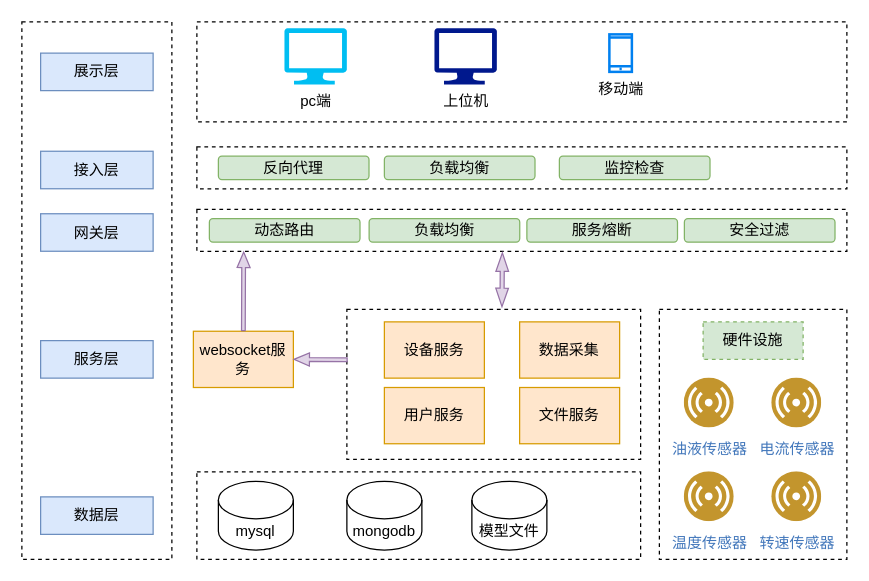
This is 流程图/平台/国机架构.drawio from zhuchunfeng/diagram1, a draw.io file, before an edit. Source tidied: cells renumbered, new cells numbered last; positions are measured from the earlier drawing's top-left corner, leaving out a move shared by most shapes. Both pictures are drawn from the tidied source at 125%, with x=0, y=0 at pixel (21, 21). Pictures stored in the file or linked from it are replaced by grey dashed boxes.
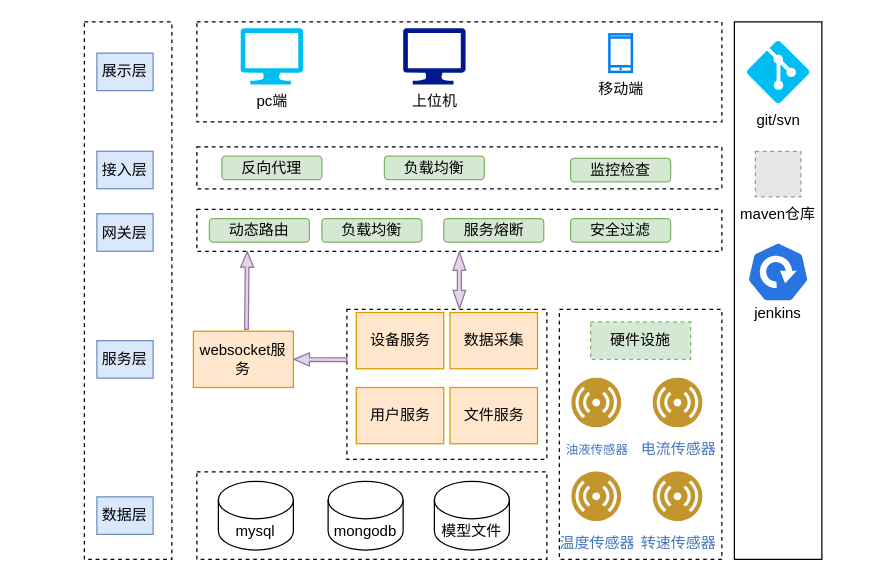
After the change.

The change refers to these unchanged cells:
```xml
<mxCell id="26" value="websocket服务" style="rounded=0;whiteSpace=wrap;html=1;fillColor=#ffe6cc;strokeColor=#d79b00;" parent="1" vertex="1">
  <mxGeometry x="137.2" y="247.5" width="80" height="45" as="geometry" />
</mxCell>
```

The edit, as a diff of the source:
```diff
@@
     <mxCell id="2" style="rounded=0;whiteSpace=wrap;html=1;dashed=1;" parent="1" vertex="1">
-      <mxGeometry x="260" y="230" width="235" height="120" as="geometry" />
+      <mxGeometry x="260" y="230" width="160" height="120" as="geometry" />
     </mxCell>
     <mxCell id="3" style="rounded=0;whiteSpace=wrap;html=1;dashed=1;" parent="1" vertex="1">
-      <mxGeometry x="140" width="520" height="80" as="geometry" />
+      <mxGeometry x="140" width="420" height="80" as="geometry" />
     </mxCell>
     <mxCell id="4" style="rounded=0;whiteSpace=wrap;html=1;dashed=1;" parent="1" vertex="1">
-      <mxGeometry x="140" y="100" width="520" height="33.5" as="geometry" />
+      <mxGeometry x="140" y="100" width="420" height="33.5" as="geometry" />
     </mxCell>
     <mxCell id="5" value="设备服务" style="rounded=0;whiteSpace=wrap;html=1;fillColor=#ffe6cc;strokeColor=#d79b00;" parent="1" vertex="1">
-      <mxGeometry x="290" y="240" width="80" height="45" as="geometry" />
+      <mxGeometry x="267.5" y="232.5" width="70" height="45" as="geometry" />
     </mxCell>
     <mxCell id="6" style="rounded=0;whiteSpace=wrap;html=1;dashed=1;" parent="1" vertex="1">
-      <mxGeometry width="120" height="430" as="geometry" />
+      <mxGeometry x="50" width="70" height="430" as="geometry" />
     </mxCell>
     <mxCell id="7" value="展示层" style="rounded=0;whiteSpace=wrap;html=1;fillColor=#dae8fc;strokeColor=#6c8ebf;" parent="1" vertex="1">
-      <mxGeometry x="15" y="25" width="90" height="30" as="geometry" />
+      <mxGeometry x="60" y="25" width="45" height="30" as="geometry" />
     </mxCell>
     <mxCell id="8" value="接入层" style="rounded=0;whiteSpace=wrap;html=1;fillColor=#dae8fc;strokeColor=#6c8ebf;" parent="1" vertex="1">
-      <mxGeometry x="15" y="103.5" width="90" height="30" as="geometry" />
+      <mxGeometry x="60" y="103.5" width="45" height="30" as="geometry" />
     </mxCell>
     <mxCell id="9" value="网关层" style="rounded=0;whiteSpace=wrap;html=1;fillColor=#dae8fc;strokeColor=#6c8ebf;" parent="1" vertex="1">
-      <mxGeometry x="15" y="153.5" width="90" height="30" as="geometry" />
+      <mxGeometry x="60" y="153.5" width="45" height="30" as="geometry" />
     </mxCell>
     <mxCell id="10" value="pc端" style="verticalLabelPosition=bottom;html=1;verticalAlign=top;align=center;strokeColor=none;fillColor=#00BEF2;shape=mxgraph.azure.computer;" parent="1" vertex="1">
-      <mxGeometry x="210" y="5" width="50" height="45" as="geometry" />
+      <mxGeometry x="175" y="5" width="50" height="45" as="geometry" />
     </mxCell>
     <mxCell id="11" value="上位机" style="sketch=0;shadow=0;dashed=0;html=1;strokeColor=none;labelPosition=center;verticalLabelPosition=bottom;verticalAlign=top;align=center;fillColor=#00188D;shape=mxgraph.azure.computer;" parent="1" vertex="1">
-      <mxGeometry x="330" y="5" width="50" height="45" as="geometry" />
+      <mxGeometry x="305" y="5" width="50" height="45" as="geometry" />
     </mxCell>
@@
     <mxCell id="13" style="rounded=0;whiteSpace=wrap;html=1;dashed=1;" parent="1" vertex="1">
-      <mxGeometry x="510" y="230" width="150" height="200" as="geometry" />
+      <mxGeometry x="430" y="230" width="130" height="200" as="geometry" />
     </mxCell>
     <mxCell id="14" style="rounded=0;whiteSpace=wrap;html=1;dashed=1;" parent="1" vertex="1">
-      <mxGeometry x="140" y="360" width="355" height="70" as="geometry" />
+      <mxGeometry x="140" y="360" width="280" height="70" as="geometry" />
     </mxCell>
     <mxCell id="15" value="反向代理" style="rounded=1;whiteSpace=wrap;html=1;fillColor=#d5e8d4;strokeColor=#82b366;" parent="1" vertex="1">
-      <mxGeometry x="157.2" y="107.4" width="120.5" height="18.8" as="geometry" />
+      <mxGeometry x="160" y="107.4" width="80" height="18.8" as="geometry" />
     </mxCell>
     <mxCell id="16" value="服务层" style="rounded=0;whiteSpace=wrap;html=1;fillColor=#dae8fc;strokeColor=#6c8ebf;" parent="1" vertex="1">
-      <mxGeometry x="15" y="255" width="90" height="30" as="geometry" />
+      <mxGeometry x="60" y="255" width="45" height="30" as="geometry" />
     </mxCell>
     <mxCell id="17" value="数据层" style="rounded=0;whiteSpace=wrap;html=1;fillColor=#dae8fc;strokeColor=#6c8ebf;" parent="1" vertex="1">
-      <mxGeometry x="15" y="380" width="90" height="30" as="geometry" />
+      <mxGeometry x="60" y="380" width="45" height="30" as="geometry" />
     </mxCell>
     <mxCell id="18" value="负载均衡" style="rounded=1;whiteSpace=wrap;html=1;fillColor=#d5e8d4;strokeColor=#82b366;" parent="1" vertex="1">
-      <mxGeometry x="290" y="107.4" width="120.5" height="18.8" as="geometry" />
+      <mxGeometry x="290" y="107.4" width="80" height="18.8" as="geometry" />
     </mxCell>
     <mxCell id="19" value="监控检查" style="rounded=1;whiteSpace=wrap;html=1;fillColor=#d5e8d4;strokeColor=#82b366;" parent="1" vertex="1">
-      <mxGeometry x="430" y="107.4" width="120.5" height="18.8" as="geometry" />
+      <mxGeometry x="439" y="109.1" width="80" height="18.8" as="geometry" />
     </mxCell>
     <mxCell id="20" style="rounded=0;whiteSpace=wrap;html=1;dashed=1;" parent="1" vertex="1">
-      <mxGeometry x="140" y="150" width="520" height="33.5" as="geometry" />
+      <mxGeometry x="140" y="150" width="420" height="33.5" as="geometry" />
     </mxCell>
     <mxCell id="21" value="动态路由" style="rounded=1;whiteSpace=wrap;html=1;fillColor=#d5e8d4;strokeColor=#82b366;" parent="1" vertex="1">
-      <mxGeometry x="150" y="157.4" width="120.5" height="18.8" as="geometry" />
+      <mxGeometry x="150" y="157.4" width="80" height="18.8" as="geometry" />
     </mxCell>
     <mxCell id="22" value="负载均衡" style="rounded=1;whiteSpace=wrap;html=1;fillColor=#d5e8d4;strokeColor=#82b366;" parent="1" vertex="1">
-      <mxGeometry x="277.8" y="157.4" width="120.5" height="18.8" as="geometry" />
+      <mxGeometry x="240" y="157.4" width="80" height="18.8" as="geometry" />
     </mxCell>
     <mxCell id="23" value="安全过滤" style="rounded=1;whiteSpace=wrap;html=1;fillColor=#d5e8d4;strokeColor=#82b366;" parent="1" vertex="1">
-      <mxGeometry x="530" y="157.4" width="120.5" height="18.8" as="geometry" />
+      <mxGeometry x="439" y="157.4" width="80" height="18.8" as="geometry" />
     </mxCell>
     <mxCell id="24" value="服务熔断" style="rounded=1;whiteSpace=wrap;html=1;fillColor=#d5e8d4;strokeColor=#82b366;" parent="1" vertex="1">
-      <mxGeometry x="404" y="157.4" width="120.5" height="18.8" as="geometry" />
+      <mxGeometry x="337.5" y="157.4" width="80" height="18.8" as="geometry" />
     </mxCell>
     <mxCell id="25" value="用户服务" style="rounded=0;whiteSpace=wrap;html=1;fillColor=#ffe6cc;strokeColor=#d79b00;" parent="1" vertex="1">
-      <mxGeometry x="290" y="292.5" width="80" height="45" as="geometry" />
+      <mxGeometry x="267.5" y="292.5" width="70" height="45" as="geometry" />
     </mxCell>
@@
     <mxCell id="27" value="文件服务" style="rounded=0;whiteSpace=wrap;html=1;fillColor=#ffe6cc;strokeColor=#d79b00;" parent="1" vertex="1">
-      <mxGeometry x="398.2" y="292.5" width="80" height="45" as="geometry" />
+      <mxGeometry x="342.5" y="292.5" width="70" height="45" as="geometry" />
     </mxCell>
     <mxCell id="28" value="数据采集" style="rounded=0;whiteSpace=wrap;html=1;fillColor=#ffe6cc;strokeColor=#d79b00;" parent="1" vertex="1">
-      <mxGeometry x="398.2" y="240" width="80" height="45" as="geometry" />
+      <mxGeometry x="342.5" y="232.5" width="70" height="45" as="geometry" />
     </mxCell>
     <mxCell id="29" value="mongodb" style="shape=cylinder3;whiteSpace=wrap;html=1;boundedLbl=1;backgroundOutline=1;size=15;" parent="1" vertex="1">
-      <mxGeometry x="260" y="367.5" width="60" height="55" as="geometry" />
+      <mxGeometry x="245" y="367.5" width="60" height="55" as="geometry" />
     </mxCell>
@@
     <mxCell id="31" value="模型文件" style="shape=cylinder3;whiteSpace=wrap;html=1;boundedLbl=1;backgroundOutline=1;size=15;" parent="1" vertex="1">
-      <mxGeometry x="360" y="367.5" width="60" height="55" as="geometry" />
+      <mxGeometry x="330" y="367.5" width="60" height="55" as="geometry" />
     </mxCell>
-    <mxCell id="32" value="油液传感器" style="perimeter=ellipsePerimeter;html=1;align=center;shadow=0;dashed=0;fontColor=#4277BB;labelBackgroundColor=#ffffff;fontSize=12;spacingTop=3;image;image=img/lib/ibm/users/sensor.svg;" parent="1" vertex="1">
-      <mxGeometry x="530" y="285" width="40" height="40" as="geometry" />
+    <mxCell id="32" value="&lt;font style=&quot;font-size: 10px;&quot;&gt;油液传感器&lt;/font&gt;" style="perimeter=ellipsePerimeter;html=1;align=center;shadow=0;dashed=0;fontColor=#4277BB;labelBackgroundColor=#ffffff;fontSize=12;spacingTop=3;image;image=img/lib/ibm/users/sensor.svg;" parent="1" vertex="1">
+      <mxGeometry x="440" y="285" width="40" height="40" as="geometry" />
     </mxCell>
     <mxCell id="33" value="温度传感器" style="perimeter=ellipsePerimeter;html=1;align=center;shadow=0;dashed=0;fontColor=#4277BB;labelBackgroundColor=#ffffff;fontSize=12;spacingTop=3;image;image=img/lib/ibm/users/sensor.svg;" parent="1" vertex="1">
-      <mxGeometry x="530" y="360" width="40" height="40" as="geometry" />
+      <mxGeometry x="440" y="360" width="40" height="40" as="geometry" />
     </mxCell>
     <mxCell id="34" value="转速传感器" style="perimeter=ellipsePerimeter;html=1;align=center;shadow=0;dashed=0;fontColor=#4277BB;labelBackgroundColor=#ffffff;fontSize=12;spacingTop=3;image;image=img/lib/ibm/users/sensor.svg;" parent="1" vertex="1">
-      <mxGeometry x="600" y="360" width="40" height="40" as="geometry" />
+      <mxGeometry x="505" y="360" width="40" height="40" as="geometry" />
     </mxCell>
     <mxCell id="35" value="电流传感器" style="perimeter=ellipsePerimeter;html=1;align=center;shadow=0;dashed=0;fontColor=#4277BB;labelBackgroundColor=#ffffff;fontSize=12;spacingTop=3;image;image=img/lib/ibm/users/sensor.svg;" parent="1" vertex="1">
-      <mxGeometry x="600" y="285" width="40" height="40" as="geometry" />
+      <mxGeometry x="505" y="285" width="40" height="40" as="geometry" />
     </mxCell>
     <mxCell id="36" value="硬件设施" style="rounded=0;whiteSpace=wrap;html=1;dashed=1;fillColor=#d5e8d4;strokeColor=#82b366;" parent="1" vertex="1">
-      <mxGeometry x="545" y="240" width="80" height="30" as="geometry" />
+      <mxGeometry x="455" y="240" width="80" height="30" as="geometry" />
     </mxCell>
-    <mxCell id="37" style="shape=flexArrow;endArrow=classic;html=1;rounded=0;width=2.9530201342281877;endSize=3.785234899328859;endWidth=6.419753086419753;entryX=0.072;entryY=1.005;entryDx=0;entryDy=0;entryPerimeter=0;exitX=0.5;exitY=0;exitDx=0;exitDy=0;fillColor=#e1d5e7;strokeColor=#9673a6;" parent="1" edge="1" source="26" target="20">
+    <mxCell id="37" style="shape=flexArrow;endArrow=classic;html=1;rounded=0;width=2.9530201342281877;endSize=3.785234899328859;endWidth=6.419753086419753;entryX=0.096;entryY=0.997;entryDx=0;entryDy=0;entryPerimeter=0;exitX=0.531;exitY=-0.023;exitDx=0;exitDy=0;fillColor=#e1d5e7;strokeColor=#9673a6;exitPerimeter=0;" parent="1" edge="1" source="26" target="20">
       <mxGeometry relative="1" as="geometry" />
     </mxCell>
@@
-    <mxCell id="39" style="shape=flexArrow;endArrow=classic;startArrow=classic;html=1;rounded=0;width=3.2;endSize=4.58;endWidth=5.92;startWidth=5.92;startSize=4.58;entryX=0.47;entryY=1.025;entryDx=0;entryDy=0;exitX=0.528;exitY=-0.014;exitDx=0;exitDy=0;exitPerimeter=0;entryPerimeter=0;fillColor=#e1d5e7;strokeColor=#9673a6;" parent="1" edge="1" source="2" target="20">
-      <mxGeometry relative="1" as="geometry" />
+    <mxCell id="39" style="shape=flexArrow;endArrow=classic;startArrow=classic;html=1;rounded=0;width=3.2;endSize=4.58;endWidth=5.92;startWidth=5.92;startSize=4.58;entryX=0.5;entryY=1;entryDx=0;entryDy=0;fillColor=#e1d5e7;strokeColor=#9673a6;" parent="1" edge="1" target="20">
+      <mxGeometry relative="1" as="geometry">
+        <mxPoint x="350" y="230" as="sourcePoint" />
+      </mxGeometry>
     </mxCell>
+    <mxCell id="40" style="rounded=0;whiteSpace=wrap;html=1;" parent="1" vertex="1">
+      <mxGeometry x="570" width="70" height="430" as="geometry" />
+    </mxCell>
+    <mxCell id="41" value="git/svn" style="verticalLabelPosition=bottom;html=1;verticalAlign=top;align=center;strokeColor=none;fillColor=#00BEF2;shape=mxgraph.azure.git_repository;" parent="1" vertex="1">
+      <mxGeometry x="580" y="15" width="50" height="50" as="geometry" />
+    </mxCell>
+    <mxCell id="42" value="maven仓库" style="fillColor=#E6E6E6;strokeColor=#999999;dashed=1;verticalLabelPosition=bottom;labelBackgroundColor=#ffffff;verticalAlign=top;" parent="1" vertex="1">
+      <mxGeometry x="586.8" y="103.5" width="36.5" height="36.5" as="geometry" />
+    </mxCell>
+    <mxCell id="43" style="sketch=0;html=1;dashed=0;whitespace=wrap;fillColor=#2875E2;strokeColor=#ffffff;shape=mxgraph.kubernetes.icon;prIcon=deploy;" parent="1" vertex="1">
+      <mxGeometry x="580" y="176.1" width="50" height="48" as="geometry" />
+    </mxCell>
+    <mxCell id="44" value="jenkins" style="text;html=1;strokeColor=none;fillColor=none;align=center;verticalAlign=middle;whiteSpace=wrap;rounded=0;" parent="1" vertex="1">
+      <mxGeometry x="575" y="217.5" width="60" height="30" as="geometry" />
+    </mxCell>
```
